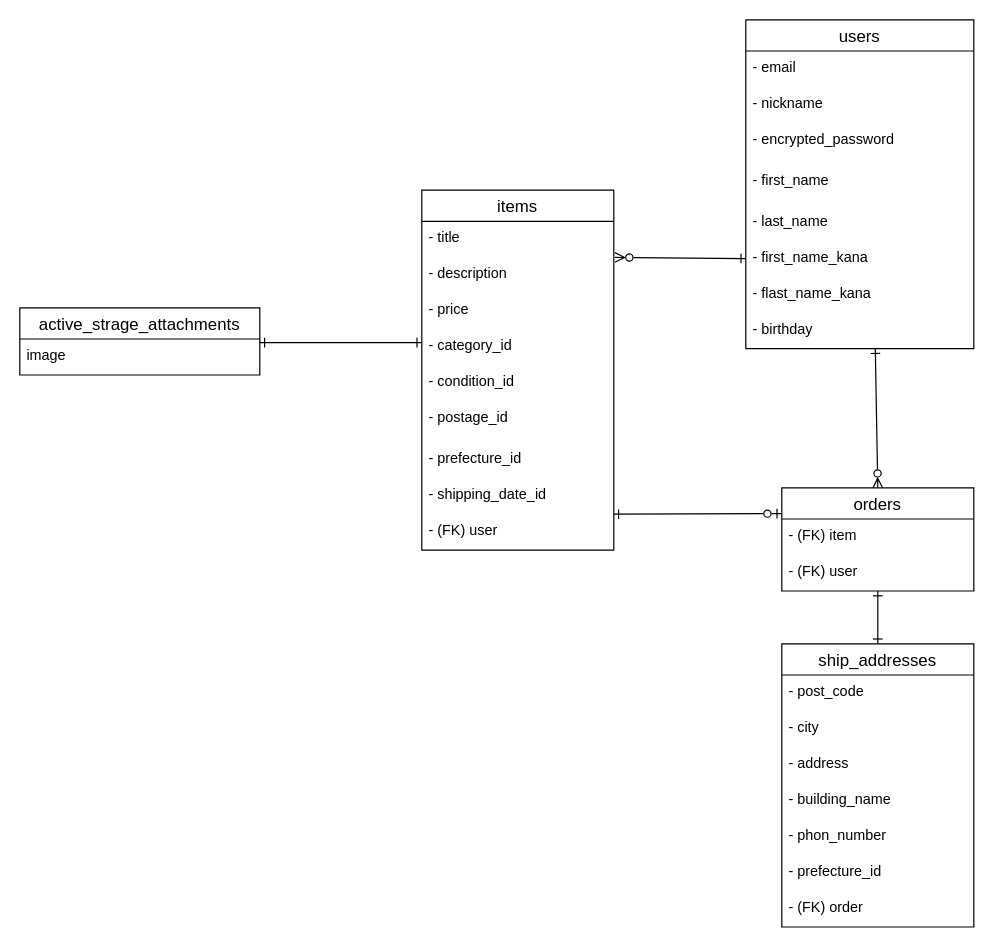
Earlier version of the draw.io diagram ERD.dio (gingin-s/furima-37445). Source tidied: cells renumbered, new cells numbered last; positions are measured from the earlier drawing's top-left corner, leaving out a move shared by most shapes. Both pictures are drawn from the tidied source at 120%, with x=0, y=0 at pixel (19, 19).
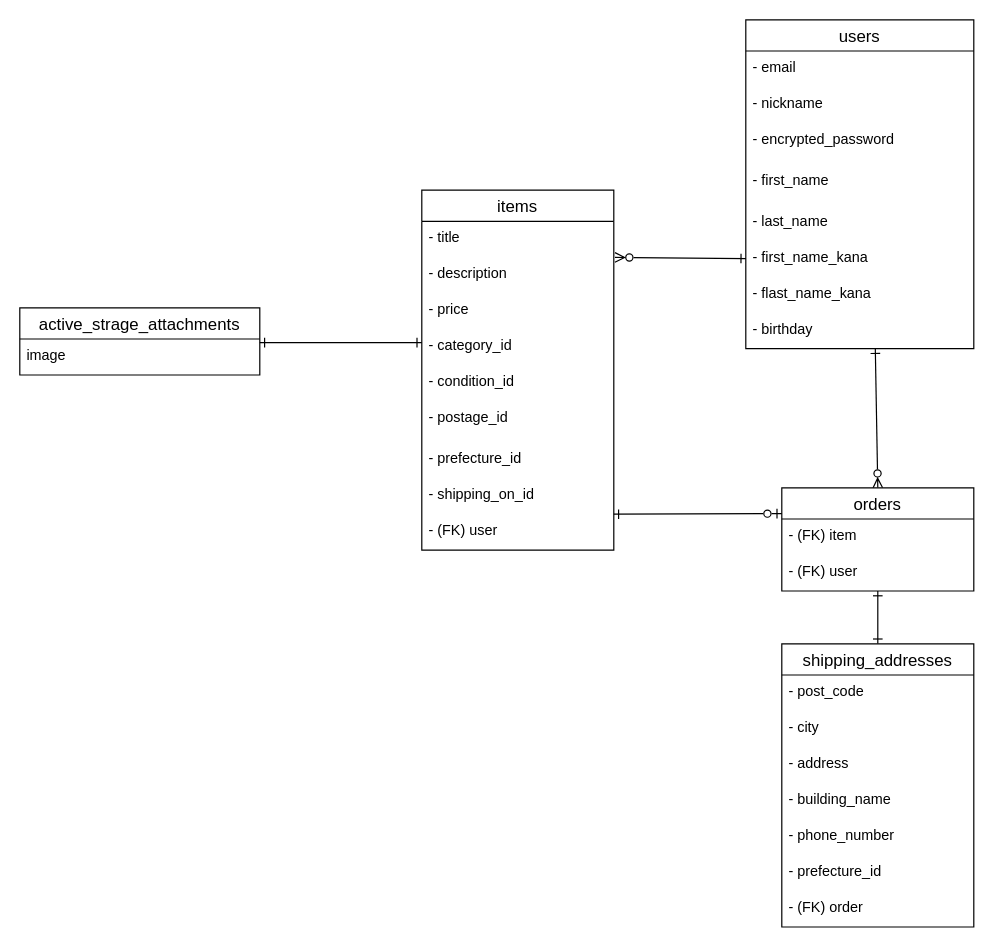
The same page after the edit.

Commit message (it also covers changes not shown here):
テーブル名・カラム名の変更

The change refers to these unchanged cells:
```xml
<mxCell id="12" value="items" style="swimlane;fontStyle=0;horizontal=1;startSize=26;align=center;fontSize=14;" parent="1" vertex="1">
  <mxGeometry x="335" y="142" width="160" height="300" as="geometry" />
</mxCell>
```

The edit, as a diff of the source:
```diff
@@
-    <mxCell id="20" value="- shipping_date_id" style="text;strokeColor=none;fillColor=none;spacingLeft=4;spacingRight=4;overflow=hidden;fontSize=12;" parent="12" vertex="1">
+    <mxCell id="20" value="- shipping_on_id" style="text;strokeColor=none;fillColor=none;spacingLeft=4;spacingRight=4;overflow=hidden;fontSize=12;" parent="12" vertex="1">
       <mxGeometry y="240" width="160" height="30" as="geometry" />
     </mxCell>
@@
-    <mxCell id="26" value="ship_addresses" style="swimlane;fontStyle=0;horizontal=1;startSize=26;align=center;fontSize=14;" parent="1" vertex="1">
+    <mxCell id="26" value="shipping_addresses" style="swimlane;fontStyle=0;horizontal=1;startSize=26;align=center;fontSize=14;" parent="1" vertex="1">
       <mxGeometry x="635" y="520" width="160" height="236" as="geometry" />
     </mxCell>
@@
-    <mxCell id="31" value="- phon_number&#10;" style="text;strokeColor=none;fillColor=none;spacingLeft=4;spacingRight=4;overflow=hidden;fontSize=12;" parent="26" vertex="1">
+    <mxCell id="31" value="- phone_number&#10;" style="text;strokeColor=none;fillColor=none;spacingLeft=4;spacingRight=4;overflow=hidden;fontSize=12;" parent="26" vertex="1">
       <mxGeometry y="146" width="160" height="30" as="geometry" />
     </mxCell>
```
